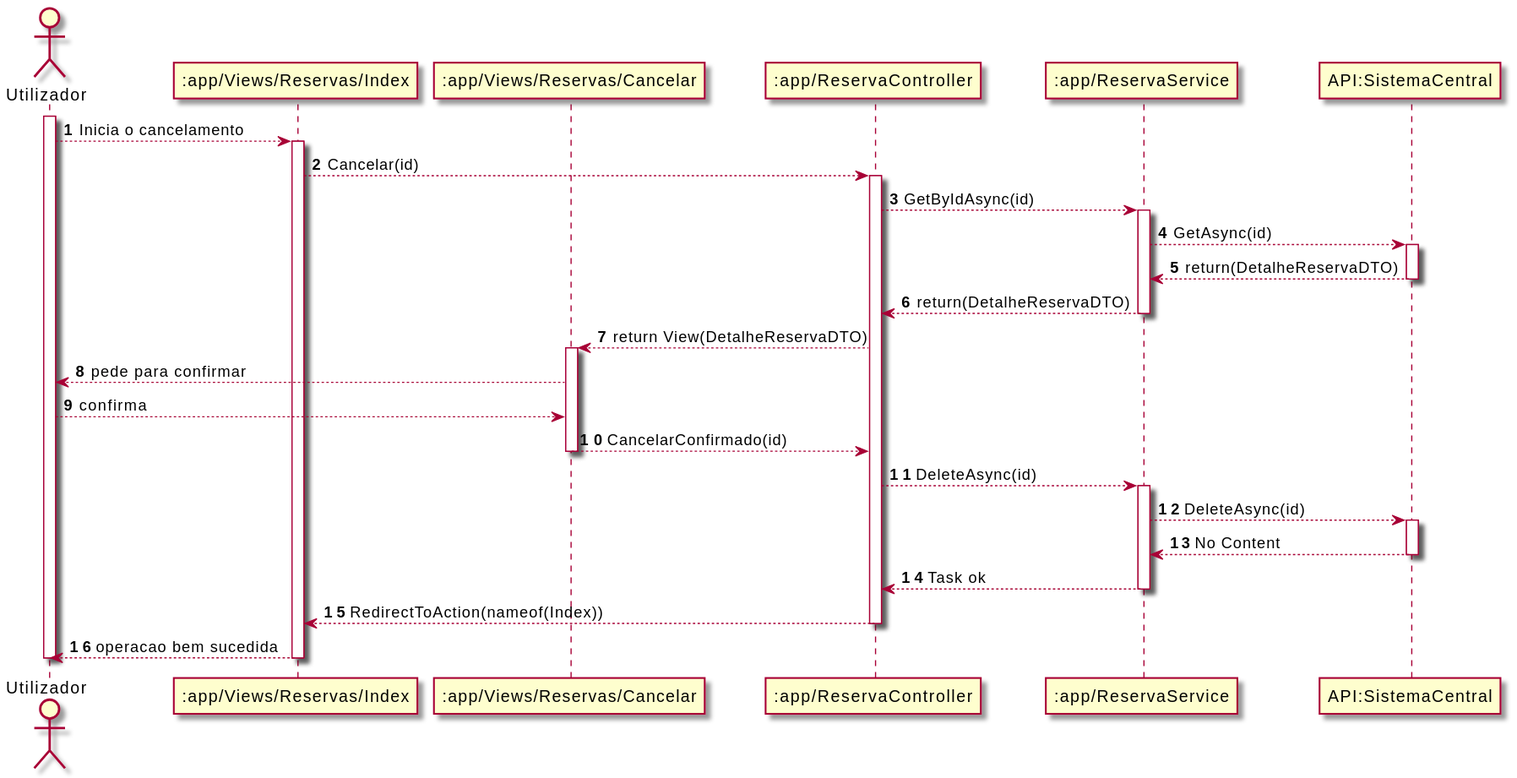
Before: Documentos/Sprint4/UC3/UC3_SD.svg, a diagram exported from PlantUML (UPskillDOTNET/Jakim-das-Coives-S.A.). The source it was exported from:
```plantuml
@startuml
autonumber
actor "Utilizador" as U
participant ":app/Views/Reservas/Index" as RV
participant ":app/Views/Reservas/Cancelar" as RCV
participant ":app/ReservaController" as RC
participant ":app/ReservaService" as RS
participant "API:SistemaCentral" as API

activate U

U --> RV: Inicia o cancelamento
activate RV

RV --> RC: Cancelar(id)
activate RC

RC --> RS: GetByIdAsync(id)
activate RS

RS --> API: GetAsync(id)
activate API

API --> RS: return(DetalheReservaDTO)
deactivate API

RS --> RC: return(DetalheReservaDTO)
deactivate RS

RC --> RCV: return View(DetalheReservaDTO)
activate RCV

RCV --> U: pede para confirmar

U --> RCV: confirma

RCV --> RC: CancelarConfirmado(id)
deactivate RCV

RC --> RS: DeleteAsync(id)
activate RS

RS --> API: DeleteAsync(id)
activate API

API --> RS:No Content
deactivate API

RS --> RC: Task ok
deactivate RS

RC --> RV: RedirectToAction(nameof(Index))
deactivate RC

RV --> U: operacao bem sucedida
deactivate RV

deactivate U
@enduml
```
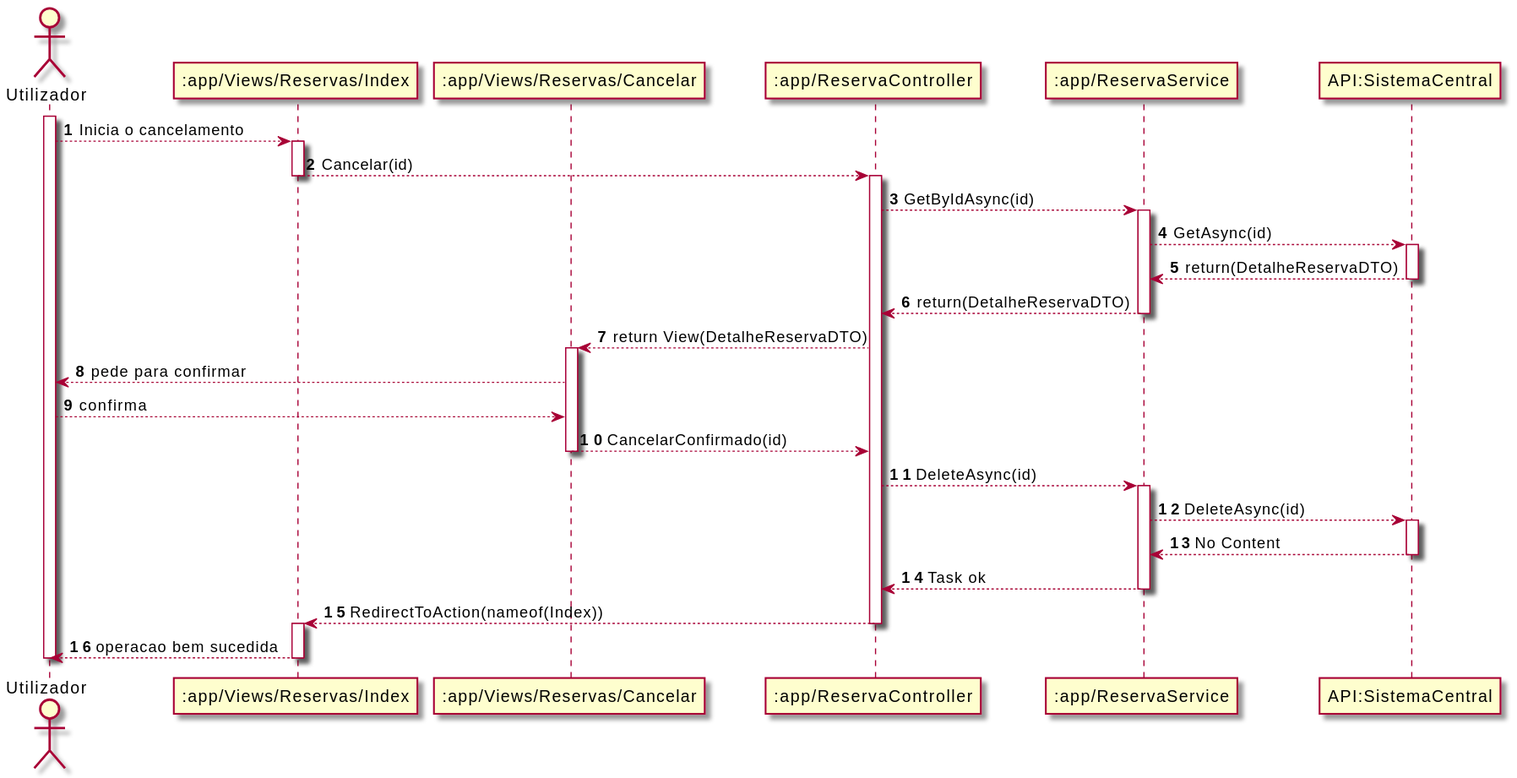
The same diagram one commit later.

Diff of the diagram source:
```diff
@@ -13,6 +13,7 @@
 activate RV
 
 RV --> RC: Cancelar(id)
+deactivate RV
 activate RC
 
 RC --> RS: GetByIdAsync(id)
@@ -51,6 +52,7 @@
 
 RC --> RV: RedirectToAction(nameof(Index))
 deactivate RC
+activate RV
 
 RV --> U: operacao bem sucedida
 deactivate RV
```
